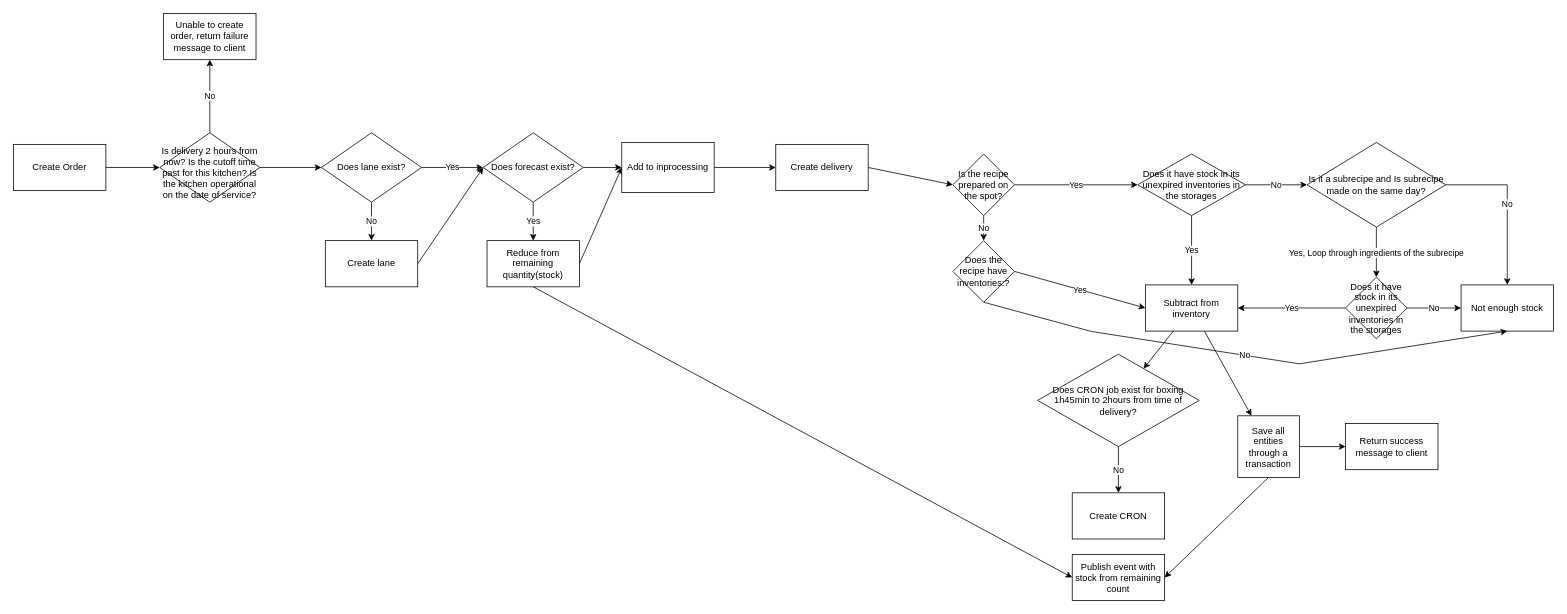
The draw.io diagram Charts/OrderCreation.drawio in itsmehul/smart-kitchen, before the edit. Source tidied: cells renumbered, new cells numbered last; positions are measured from the earlier drawing's top-left corner, leaving out a move shared by most shapes. Both pictures are drawn from the tidied source at 77%, with x=0, y=0 at pixel (13, 13).
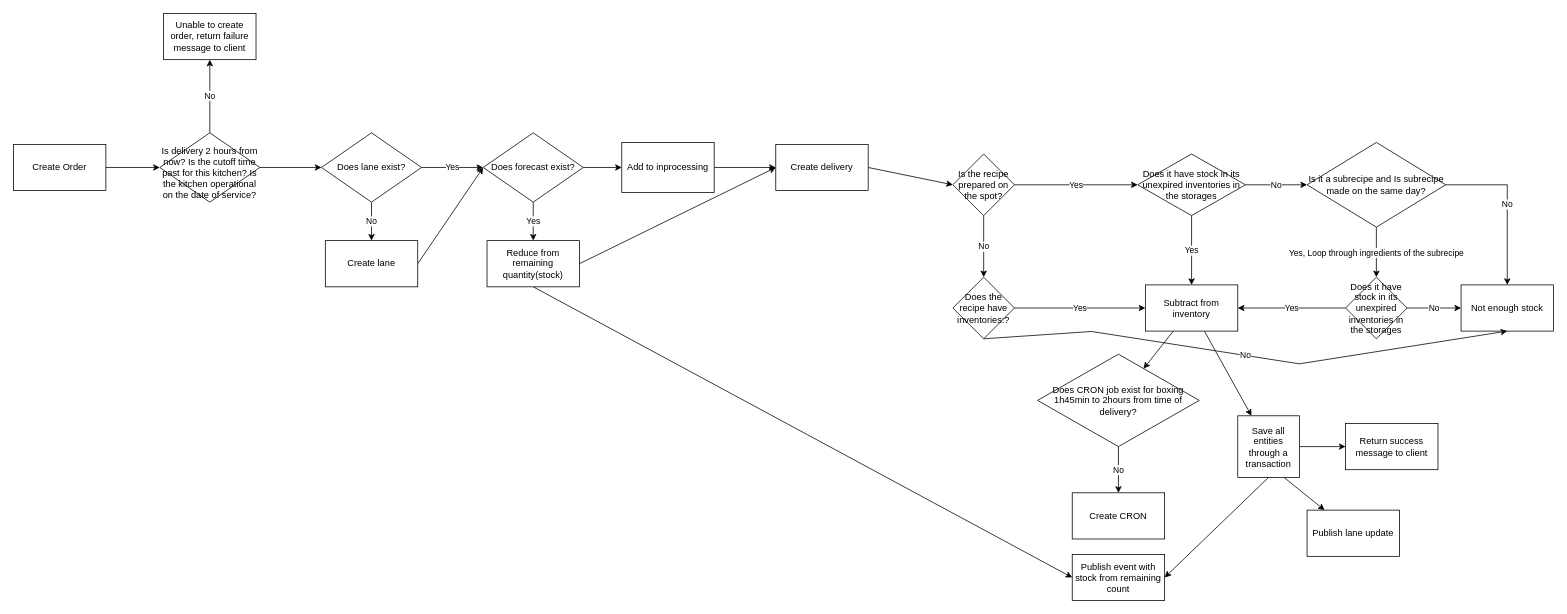
Above is the later version.

Unchanged cells that the change refers to:
```xml
<mxCell id="18" value="Reduce from remaining quantity(stock)" style="whiteSpace=wrap;html=1;" parent="1" vertex="1">
  <mxGeometry x="615" y="295" width="120" height="60" as="geometry" />
</mxCell>
<mxCell id="20" value="Add to inprocessing" style="whiteSpace=wrap;html=1;" parent="1" vertex="1">
  <mxGeometry x="790" y="167.5" width="120" height="65" as="geometry" />
</mxCell>
<mxCell id="22" value="Create delivery" style="whiteSpace=wrap;html=1;" parent="1" vertex="1">
  <mxGeometry x="990" y="170" width="120" height="60" as="geometry" />
</mxCell>
<mxCell id="42" value="Save all entities through a transaction" style="whiteSpace=wrap;html=1;" parent="1" vertex="1">
  <mxGeometry x="1590" y="522.5" width="80" height="80" as="geometry" />
</mxCell>
```

The edit, as a diff of the source:
```diff
@@
-    <mxCell id="16" style="edgeStyle=none;rounded=0;jettySize=auto;html=1;exitX=1;exitY=0.5;exitDx=0;exitDy=0;entryX=0;entryY=0.5;entryDx=0;entryDy=0;" parent="1" edge="1" source="18" target="20">
-      <mxGeometry relative="1" as="geometry" />
-    </mxCell>
@@
+    <mxCell id="50" style="edgeStyle=none;rounded=0;jettySize=auto;html=1;exitX=1;exitY=0.5;exitDx=0;exitDy=0;entryX=0;entryY=0.5;entryDx=0;entryDy=0;" parent="1" edge="1" source="18" target="22">
+      <mxGeometry relative="1" as="geometry" />
+    </mxCell>
@@
+    <mxCell id="51" style="edgeStyle=none;rounded=0;jettySize=auto;html=1;exitX=0.75;exitY=1;exitDx=0;exitDy=0;" parent="1" edge="1" source="42" target="52">
+      <mxGeometry relative="1" as="geometry" />
+    </mxCell>
@@
     <mxCell id="46" value="Does the recipe have inventories:?" style="rhombus;whiteSpace=wrap;html=1;" parent="1" vertex="1">
-      <mxGeometry x="1220" y="295" width="80" height="80" as="geometry" />
+      <mxGeometry x="1220" y="342.5" width="80" height="80" as="geometry" />
     </mxCell>
@@
+    <mxCell id="52" value="Publish lane update" style="rounded=0;whiteSpace=wrap;html=1;" parent="1" vertex="1">
+      <mxGeometry x="1680" y="645" width="120" height="60" as="geometry" />
+    </mxCell>
```
